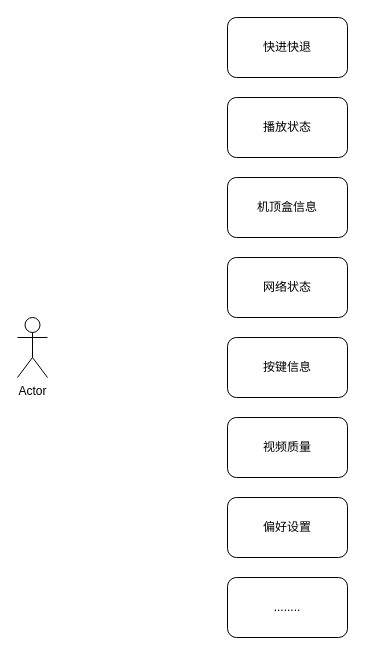
Before: 界面场景.drawio in lanjiabin/diagrams, a draw.io diagram. Source tidied: cells renumbered, new cells numbered last; positions are measured from the earlier drawing's top-left corner, leaving out a move shared by most shapes. Both pictures are drawn from the tidied source at 100%, with x=0, y=0 at pixel (17, 17).
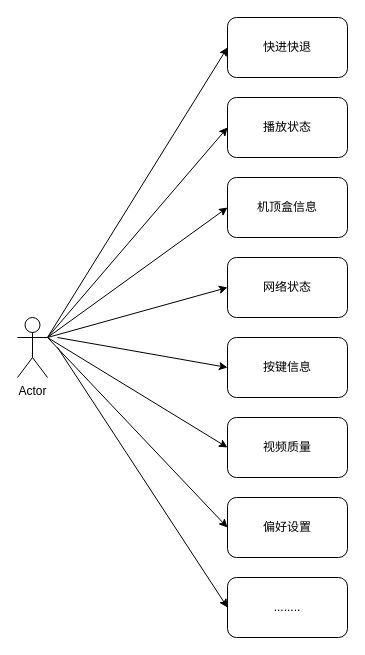
Above is the later version.

Commit message (it also covers changes not shown here):
更新界面场景.drawio

Unchanged cells that the change refers to:
```xml
<mxCell id="2" value="Actor" style="shape=umlActor;verticalLabelPosition=bottom;verticalAlign=top;html=1;outlineConnect=0;" parent="1" vertex="1">
  <mxGeometry y="300" width="30" height="60" as="geometry" />
</mxCell>
<mxCell id="3" value="快进快退" style="rounded=1;whiteSpace=wrap;html=1;" parent="1" vertex="1">
  <mxGeometry x="210" width="120" height="60" as="geometry" />
</mxCell>
<mxCell id="4" value="播放状态" style="rounded=1;whiteSpace=wrap;html=1;" parent="1" vertex="1">
  <mxGeometry x="210" y="80" width="120" height="60" as="geometry" />
</mxCell>
<mxCell id="5" value="机顶盒信息" style="rounded=1;whiteSpace=wrap;html=1;" parent="1" vertex="1">
  <mxGeometry x="210" y="160" width="120" height="60" as="geometry" />
</mxCell>
<mxCell id="6" value="网络状态" style="rounded=1;whiteSpace=wrap;html=1;" parent="1" vertex="1">
  <mxGeometry x="210" y="240" width="120" height="60" as="geometry" />
</mxCell>
<mxCell id="7" value="按键信息" style="rounded=1;whiteSpace=wrap;html=1;" parent="1" vertex="1">
  <mxGeometry x="210" y="320" width="120" height="60" as="geometry" />
</mxCell>
<mxCell id="8" value="视频质量" style="rounded=1;whiteSpace=wrap;html=1;" parent="1" vertex="1">
  <mxGeometry x="210" y="400" width="120" height="60" as="geometry" />
</mxCell>
<mxCell id="9" value="偏好设置" style="rounded=1;whiteSpace=wrap;html=1;" parent="1" vertex="1">
  <mxGeometry x="210" y="480" width="120" height="60" as="geometry" />
</mxCell>
<mxCell id="10" value="........" style="rounded=1;whiteSpace=wrap;html=1;" parent="1" vertex="1">
  <mxGeometry x="210" y="560" width="120" height="60" as="geometry" />
</mxCell>
```

Diff of the diagram source:
```diff
@@
+    <mxCell id="11" style="endArrow=classic;html=1;rounded=0;entryX=0;entryY=0.5;entryDx=0;entryDy=0;" parent="1" edge="1" target="3">
+      <mxGeometry relative="1" as="geometry">
+        <mxPoint x="30" y="320" as="sourcePoint" />
+      </mxGeometry>
+    </mxCell>
+    <mxCell id="12" style="endArrow=classic;html=1;rounded=0;entryX=0;entryY=0.5;entryDx=0;entryDy=0;exitX=1;exitY=0.3333333333333333;exitDx=0;exitDy=0;exitPerimeter=0;" parent="1" edge="1" source="2" target="4">
+      <mxGeometry relative="1" as="geometry" />
+    </mxCell>
+    <mxCell id="13" style="endArrow=classic;html=1;rounded=0;entryX=0;entryY=0.5;entryDx=0;entryDy=0;" parent="1" edge="1" target="5">
+      <mxGeometry relative="1" as="geometry">
+        <mxPoint x="30" y="320" as="sourcePoint" />
+      </mxGeometry>
+    </mxCell>
+    <mxCell id="14" style="endArrow=classic;html=1;rounded=0;entryX=0;entryY=0.5;entryDx=0;entryDy=0;" parent="1" edge="1" target="6">
+      <mxGeometry relative="1" as="geometry">
+        <mxPoint x="30" y="320" as="sourcePoint" />
+      </mxGeometry>
+    </mxCell>
+    <mxCell id="15" style="endArrow=classic;html=1;rounded=0;entryX=0;entryY=0.5;entryDx=0;entryDy=0;" parent="1" edge="1" target="7">
+      <mxGeometry relative="1" as="geometry">
+        <mxPoint x="40" y="320" as="sourcePoint" />
+      </mxGeometry>
+    </mxCell>
+    <mxCell id="16" style="endArrow=classic;html=1;rounded=0;entryX=0;entryY=0.5;entryDx=0;entryDy=0;" parent="1" edge="1" target="8">
+      <mxGeometry relative="1" as="geometry">
+        <mxPoint x="30" y="320" as="sourcePoint" />
+      </mxGeometry>
+    </mxCell>
+    <mxCell id="17" style="endArrow=classic;html=1;rounded=0;entryX=0;entryY=0.5;entryDx=0;entryDy=0;" parent="1" edge="1" target="9">
+      <mxGeometry relative="1" as="geometry">
+        <mxPoint x="30" y="320" as="sourcePoint" />
+      </mxGeometry>
+    </mxCell>
+    <mxCell id="18" style="endArrow=classic;html=1;rounded=0;entryX=0;entryY=0.5;entryDx=0;entryDy=0;" parent="1" edge="1" target="10">
+      <mxGeometry relative="1" as="geometry">
+        <mxPoint x="40" y="330" as="sourcePoint" />
+      </mxGeometry>
+    </mxCell>
```
